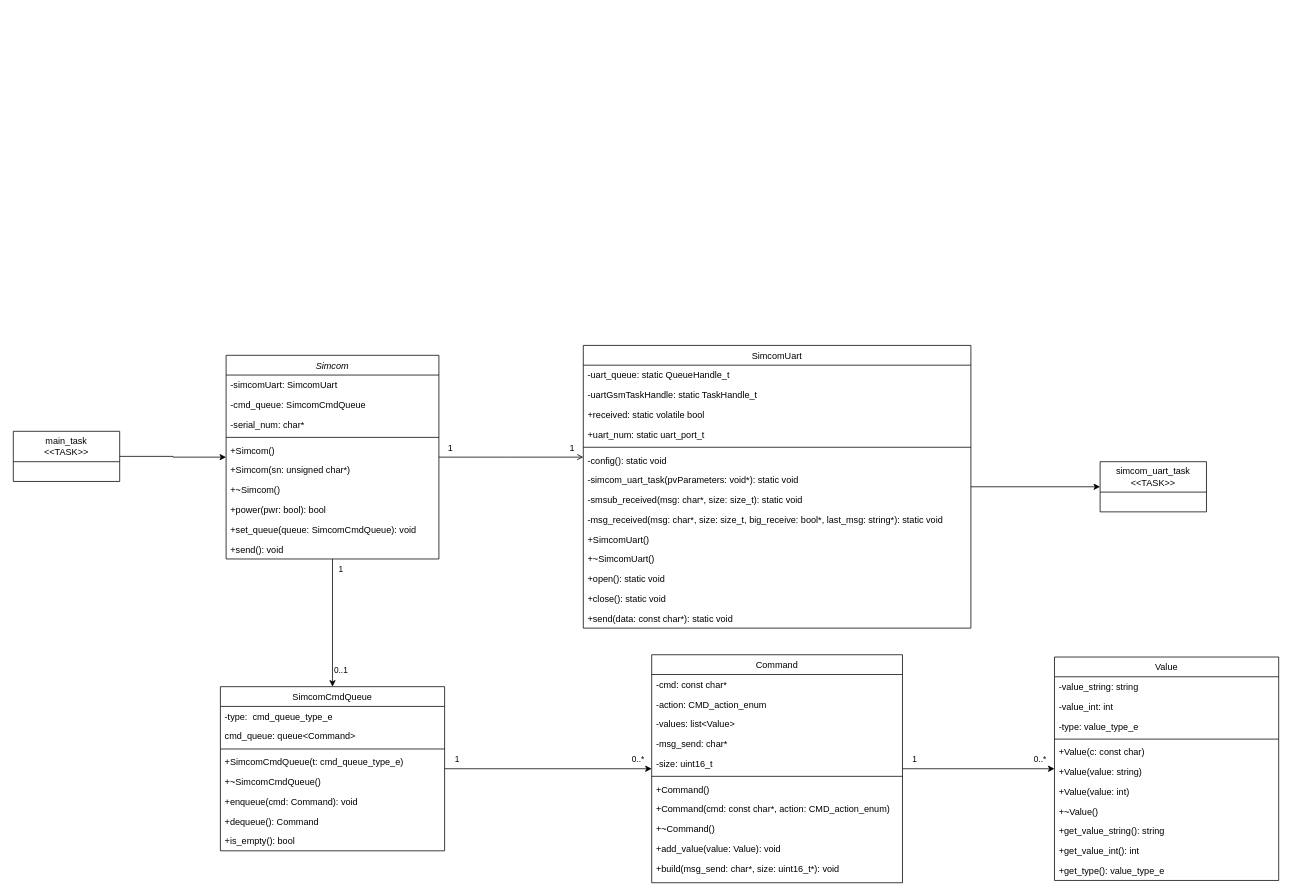
EduardoKPVeiga/Simcom keeps this draw.io diagram as simcom.drawio. Above is the earlier version. Source tidied: cells renumbered, new cells numbered last; positions are measured from the earlier drawing's top-left corner, leaving out a move shared by most shapes. Both pictures are drawn from the tidied source at 76%, with x=0, y=0 at pixel (13, 345).
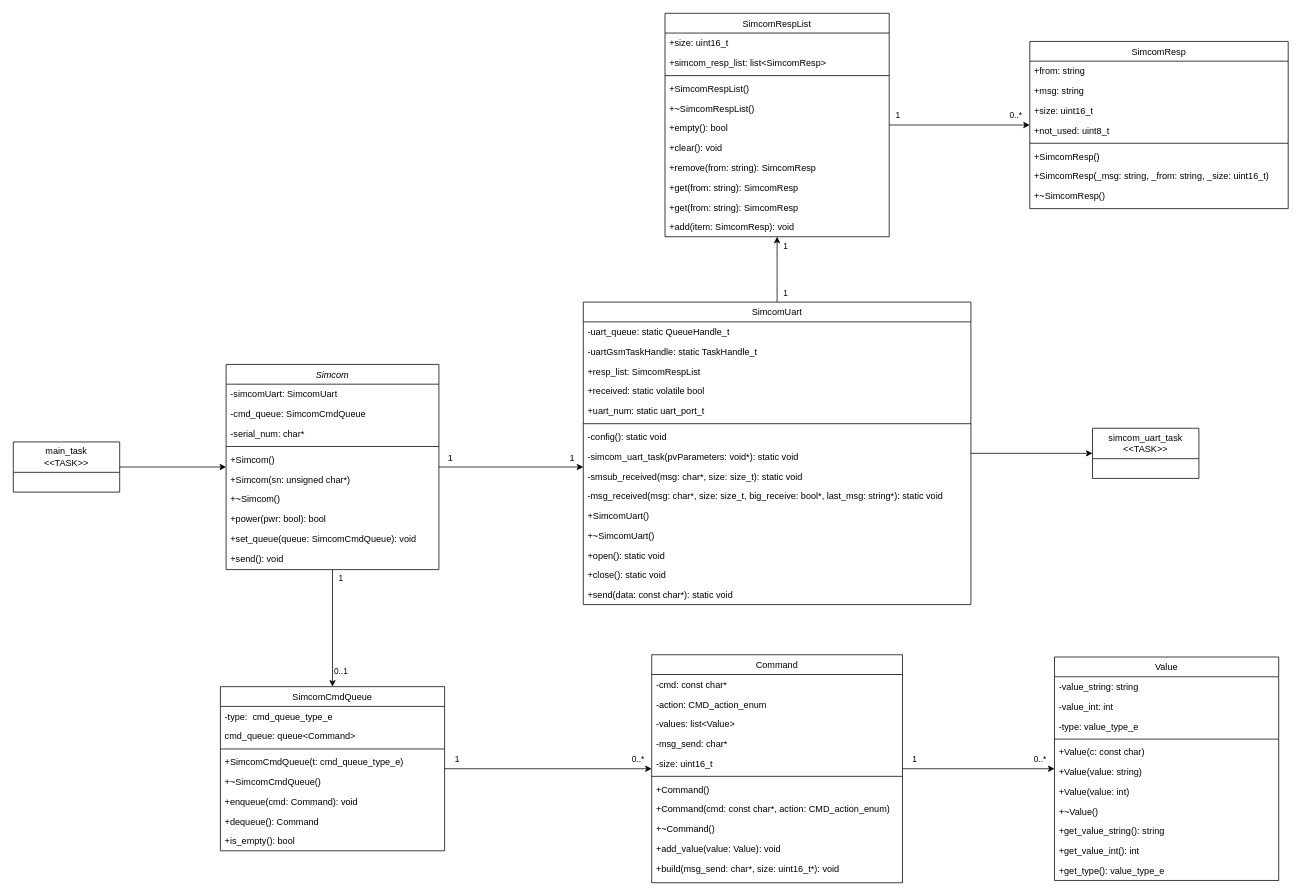
The same page after the edit.

The edit, as a diff of the source:
```diff
@@
+    <mxCell id="77" style="edgeStyle=orthogonalEdgeStyle;rounded=0;jettySize=auto;html=1;" parent="1" edge="1" source="26" target="84">
+      <mxGeometry relative="1" as="geometry" />
+    </mxCell>
+    <mxCell id="78" value="1" style="edgeLabel;html=1;align=center;verticalAlign=middle;" parent="77" vertex="1">
+      <mxGeometry x="-0.81" y="1" relative="1" as="geometry">
+        <mxPoint x="11" y="-4" as="offset" />
+      </mxGeometry>
+    </mxCell>
+    <mxCell id="79" value="1" style="edgeLabel;html=1;align=center;verticalAlign=middle;" parent="77" vertex="1">
+      <mxGeometry x="0.74" y="2" relative="1" as="geometry">
+        <mxPoint x="12" as="offset" />
+      </mxGeometry>
+    </mxCell>
     <mxCell id="5" value="Simcom" style="swimlane;fontStyle=2;align=center;verticalAlign=top;horizontal=1;startSize=26;rounded=0;shadow=0;strokeWidth=1;" parent="1" vertex="1">
-      <mxGeometry x="280" y="13" width="280" height="268" as="geometry" />
+      <mxGeometry x="280" y="25" width="280" height="270" as="geometry" />
     </mxCell>
@@
     <mxCell id="26" value="SimcomUart" style="swimlane;fontStyle=0;align=center;verticalAlign=top;horizontal=1;startSize=26;rounded=0;shadow=0;strokeWidth=1;" parent="1" vertex="1">
-      <mxGeometry x="750" width="510" height="372" as="geometry" />
+      <mxGeometry x="750" y="-57" width="510" height="398" as="geometry" />
     </mxCell>
@@
+    <mxCell id="80" value="+resp_list: SimcomRespList" style="text;align=left;verticalAlign=top;spacingLeft=4;spacingRight=4;overflow=hidden;rounded=0;shadow=0;html=0;" parent="26" vertex="1">
+      <mxGeometry y="78" width="510" height="26" as="geometry" />
+    </mxCell>
     <mxCell id="29" value="+received: static volatile bool" style="text;align=left;verticalAlign=top;spacingLeft=4;spacingRight=4;overflow=hidden;rounded=0;shadow=0;html=0;" parent="26" vertex="1">
-      <mxGeometry y="78" width="510" height="26" as="geometry" />
+      <mxGeometry y="104" width="510" height="26" as="geometry" />
     </mxCell>
     <mxCell id="30" value="+uart_num: static uart_port_t" style="text;align=left;verticalAlign=top;spacingLeft=4;spacingRight=4;overflow=hidden;rounded=0;shadow=0;html=0;" parent="26" vertex="1">
-      <mxGeometry y="104" width="510" height="26" as="geometry" />
+      <mxGeometry y="130" width="510" height="26" as="geometry" />
     </mxCell>
     <mxCell id="31" style="line;html=1;strokeWidth=1;align=left;verticalAlign=middle;spacingTop=-1;spacingLeft=3;spacingRight=3;labelPosition=right;" parent="26" vertex="1">
-      <mxGeometry y="130" width="510" height="8" as="geometry" />
+      <mxGeometry y="156" width="510" height="8" as="geometry" />
     </mxCell>
     <mxCell id="32" value="-config(): static void" style="text;align=left;verticalAlign=top;spacingLeft=4;spacingRight=4;overflow=hidden;" parent="26" vertex="1">
-      <mxGeometry y="138" width="510" height="26" as="geometry" />
+      <mxGeometry y="164" width="510" height="26" as="geometry" />
     </mxCell>
     <mxCell id="33" value="-simcom_uart_task(pvParameters: void*): static void" style="text;align=left;verticalAlign=top;spacingLeft=4;spacingRight=4;overflow=hidden;" parent="26" vertex="1">
-      <mxGeometry y="164" width="510" height="26" as="geometry" />
+      <mxGeometry y="190" width="510" height="26" as="geometry" />
     </mxCell>
     <mxCell id="34" value="-smsub_received(msg: char*, size: size_t): static void" style="text;align=left;verticalAlign=top;spacingLeft=4;spacingRight=4;overflow=hidden;" parent="26" vertex="1">
-      <mxGeometry y="190" width="510" height="26" as="geometry" />
+      <mxGeometry y="216" width="510" height="26" as="geometry" />
     </mxCell>
     <mxCell id="35" value="-msg_received(msg: char*, size: size_t, big_receive: bool*, last_msg: string*): static void" style="text;align=left;verticalAlign=top;spacingLeft=4;spacingRight=4;overflow=hidden;" parent="26" vertex="1">
-      <mxGeometry y="216" width="510" height="26" as="geometry" />
+      <mxGeometry y="242" width="510" height="26" as="geometry" />
     </mxCell>
     <mxCell id="36" value="+SimcomUart()" style="text;align=left;verticalAlign=top;spacingLeft=4;spacingRight=4;overflow=hidden;" parent="26" vertex="1">
-      <mxGeometry y="242" width="510" height="26" as="geometry" />
+      <mxGeometry y="268" width="510" height="26" as="geometry" />
     </mxCell>
     <mxCell id="37" value="+~SimcomUart()" style="text;align=left;verticalAlign=top;spacingLeft=4;spacingRight=4;overflow=hidden;" parent="26" vertex="1">
-      <mxGeometry y="268" width="510" height="26" as="geometry" />
+      <mxGeometry y="294" width="510" height="26" as="geometry" />
     </mxCell>
     <mxCell id="38" value="+open(): static void" style="text;align=left;verticalAlign=top;spacingLeft=4;spacingRight=4;overflow=hidden;" parent="26" vertex="1">
-      <mxGeometry y="294" width="510" height="26" as="geometry" />
+      <mxGeometry y="320" width="510" height="26" as="geometry" />
     </mxCell>
     <mxCell id="39" value="+close(): static void" style="text;align=left;verticalAlign=top;spacingLeft=4;spacingRight=4;overflow=hidden;" parent="26" vertex="1">
-      <mxGeometry y="320" width="510" height="26" as="geometry" />
+      <mxGeometry y="346" width="510" height="26" as="geometry" />
     </mxCell>
     <mxCell id="40" value="+send(data: const char*): static void" style="text;align=left;verticalAlign=top;spacingLeft=4;spacingRight=4;overflow=hidden;" parent="26" vertex="1">
-      <mxGeometry y="346" width="510" height="26" as="geometry" />
+      <mxGeometry y="372" width="510" height="26" as="geometry" />
     </mxCell>
-    <mxCell id="41" style="endArrow=open;shadow=0;strokeWidth=1;rounded=0;curved=0;endFill=1;edgeStyle=elbowEdgeStyle;elbow=vertical;" parent="1" edge="1" source="5" target="26">
+    <mxCell id="41" style="endArrow=classic;shadow=0;strokeWidth=1;rounded=0;curved=0;endFill=1;edgeStyle=elbowEdgeStyle;elbow=vertical;" parent="1" edge="1" source="5" target="26">
       <mxGeometry x="0.5" y="41" relative="1" as="geometry">
         <mxPoint x="-40" y="32" as="offset" />
       </mxGeometry>
     </mxCell>
@@
     <mxCell id="74" value="simcom_uart_task&lt;div&gt;&amp;lt;&amp;lt;TASK&amp;gt;&amp;gt;&lt;/div&gt;" style="swimlane;fontStyle=0;horizontal=1;startSize=40;fillColor=none;whiteSpace=wrap;html=1;" parent="1" vertex="1">
-      <mxGeometry x="1430" y="153" width="140" height="66" as="geometry" />
+      <mxGeometry x="1420" y="109" width="140" height="66" as="geometry" />
     </mxCell>
@@
     <mxCell id="76" value="main_task&lt;div&gt;&amp;lt;&amp;lt;TASK&amp;gt;&amp;gt;&lt;/div&gt;" style="swimlane;fontStyle=0;horizontal=1;startSize=40;fillColor=none;whiteSpace=wrap;html=1;" parent="1" vertex="1">
-      <mxGeometry y="113" width="140" height="66" as="geometry" />
+      <mxGeometry y="127" width="140" height="66" as="geometry" />
     </mxCell>
+    <mxCell id="81" style="edgeStyle=orthogonalEdgeStyle;rounded=0;jettySize=auto;html=1;" parent="1" edge="1" source="84" target="96">
+      <mxGeometry relative="1" as="geometry" />
+    </mxCell>
+    <mxCell id="82" value="1" style="edgeLabel;html=1;align=center;verticalAlign=middle;" parent="81" vertex="1">
+      <mxGeometry x="-0.88" y="-1" relative="1" as="geometry">
+        <mxPoint y="-15" as="offset" />
+      </mxGeometry>
+    </mxCell>
+    <mxCell id="83" value="0..*" style="edgeLabel;html=1;align=center;verticalAlign=middle;" parent="81" vertex="1">
+      <mxGeometry x="0.85" y="3" relative="1" as="geometry">
+        <mxPoint x="-5" y="-11" as="offset" />
+      </mxGeometry>
+    </mxCell>
+    <mxCell id="84" value="SimcomRespList" style="swimlane;fontStyle=0;align=center;verticalAlign=top;horizontal=1;startSize=26;rounded=0;shadow=0;strokeWidth=1;" parent="1" vertex="1">
+      <mxGeometry x="857.5" y="-437" width="295" height="294" as="geometry" />
+    </mxCell>
+    <mxCell id="85" value="+size: uint16_t" style="text;align=left;verticalAlign=top;spacingLeft=4;spacingRight=4;overflow=hidden;" parent="84" vertex="1">
+      <mxGeometry y="26" width="295" height="26" as="geometry" />
+    </mxCell>
+    <mxCell id="86" value="+simcom_resp_list: list&lt;SimcomResp&gt;" style="text;align=left;verticalAlign=top;spacingLeft=4;spacingRight=4;overflow=hidden;rounded=0;shadow=0;html=0;" parent="84" vertex="1">
+      <mxGeometry y="52" width="295" height="26" as="geometry" />
+    </mxCell>
+    <mxCell id="87" style="line;html=1;strokeWidth=1;align=left;verticalAlign=middle;spacingTop=-1;spacingLeft=3;spacingRight=3;labelPosition=right;" parent="84" vertex="1">
+      <mxGeometry y="78" width="295" height="8" as="geometry" />
+    </mxCell>
+    <mxCell id="88" value="+SimcomRespList()" style="text;align=left;verticalAlign=top;spacingLeft=4;spacingRight=4;overflow=hidden;fontStyle=0;" parent="84" vertex="1">
+      <mxGeometry y="86" width="295" height="26" as="geometry" />
+    </mxCell>
+    <mxCell id="89" value="+~SimcomRespList()" style="text;align=left;verticalAlign=top;spacingLeft=4;spacingRight=4;overflow=hidden;fontStyle=0;" parent="84" vertex="1">
+      <mxGeometry y="112" width="295" height="26" as="geometry" />
+    </mxCell>
+    <mxCell id="90" value="+empty(): bool" style="text;align=left;verticalAlign=top;spacingLeft=4;spacingRight=4;overflow=hidden;fontStyle=0;" parent="84" vertex="1">
+      <mxGeometry y="138" width="295" height="26" as="geometry" />
+    </mxCell>
+    <mxCell id="91" value="+clear(): void" style="text;align=left;verticalAlign=top;spacingLeft=4;spacingRight=4;overflow=hidden;fontStyle=0;" parent="84" vertex="1">
+      <mxGeometry y="164" width="295" height="26" as="geometry" />
+    </mxCell>
+    <mxCell id="92" value="+remove(from: string): SimcomResp" style="text;align=left;verticalAlign=top;spacingLeft=4;spacingRight=4;overflow=hidden;fontStyle=0;" parent="84" vertex="1">
+      <mxGeometry y="190" width="295" height="26" as="geometry" />
+    </mxCell>
+    <mxCell id="93" value="+get(from: string): SimcomResp" style="text;align=left;verticalAlign=top;spacingLeft=4;spacingRight=4;overflow=hidden;fontStyle=0;" parent="84" vertex="1">
+      <mxGeometry y="216" width="295" height="26" as="geometry" />
+    </mxCell>
+    <mxCell id="94" value="+get(from: string): SimcomResp" style="text;align=left;verticalAlign=top;spacingLeft=4;spacingRight=4;overflow=hidden;fontStyle=0;" parent="84" vertex="1">
+      <mxGeometry y="242" width="295" height="26" as="geometry" />
+    </mxCell>
+    <mxCell id="95" value="+add(item: SimcomResp): void" style="text;align=left;verticalAlign=top;spacingLeft=4;spacingRight=4;overflow=hidden;fontStyle=0;" parent="84" vertex="1">
+      <mxGeometry y="268" width="295" height="26" as="geometry" />
+    </mxCell>
+    <mxCell id="96" value="SimcomResp" style="swimlane;fontStyle=0;align=center;verticalAlign=top;horizontal=1;startSize=26;rounded=0;shadow=0;strokeWidth=1;" parent="1" vertex="1">
+      <mxGeometry x="1337.5" y="-400" width="340" height="220" as="geometry" />
+    </mxCell>
+    <mxCell id="97" value="+from: string" style="text;align=left;verticalAlign=top;spacingLeft=4;spacingRight=4;overflow=hidden;" parent="96" vertex="1">
+      <mxGeometry y="26" width="340" height="26" as="geometry" />
+    </mxCell>
+    <mxCell id="98" value="+msg: string" style="text;align=left;verticalAlign=top;spacingLeft=4;spacingRight=4;overflow=hidden;rounded=0;shadow=0;html=0;" parent="96" vertex="1">
+      <mxGeometry y="52" width="340" height="26" as="geometry" />
+    </mxCell>
+    <mxCell id="99" value="+size: uint16_t" style="text;align=left;verticalAlign=top;spacingLeft=4;spacingRight=4;overflow=hidden;rounded=0;shadow=0;html=0;" parent="96" vertex="1">
+      <mxGeometry y="78" width="340" height="26" as="geometry" />
+    </mxCell>
+    <mxCell id="100" value="+not_used: uint8_t" style="text;align=left;verticalAlign=top;spacingLeft=4;spacingRight=4;overflow=hidden;rounded=0;shadow=0;html=0;" parent="96" vertex="1">
+      <mxGeometry y="104" width="340" height="26" as="geometry" />
+    </mxCell>
+    <mxCell id="101" style="line;html=1;strokeWidth=1;align=left;verticalAlign=middle;spacingTop=-1;spacingLeft=3;spacingRight=3;labelPosition=right;" parent="96" vertex="1">
+      <mxGeometry y="130" width="340" height="8" as="geometry" />
+    </mxCell>
+    <mxCell id="102" value="+SimcomResp()" style="text;align=left;verticalAlign=top;spacingLeft=4;spacingRight=4;overflow=hidden;fontStyle=0;" parent="96" vertex="1">
+      <mxGeometry y="138" width="340" height="26" as="geometry" />
+    </mxCell>
+    <mxCell id="103" value="+SimcomResp(_msg: string, _from: string, _size: uint16_t)" style="text;align=left;verticalAlign=top;spacingLeft=4;spacingRight=4;overflow=hidden;fontStyle=0;" parent="96" vertex="1">
+      <mxGeometry y="164" width="340" height="26" as="geometry" />
+    </mxCell>
+    <mxCell id="104" value="+~SimcomResp()" style="text;align=left;verticalAlign=top;spacingLeft=4;spacingRight=4;overflow=hidden;fontStyle=0;" parent="96" vertex="1">
+      <mxGeometry y="190" width="340" height="26" as="geometry" />
+    </mxCell>
```
